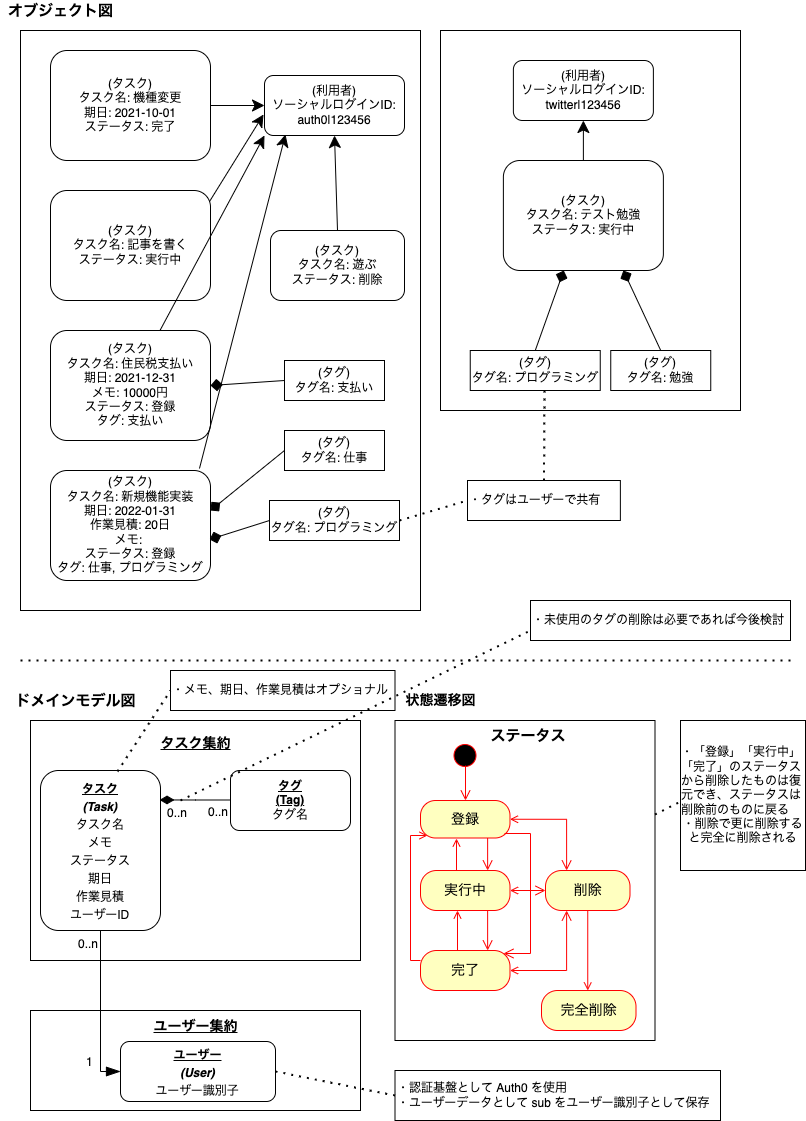
technote-space/ddd-cqrs-pattern keeps this draw.io diagram as modeling/オブジェクト図・ドメインモデル図.png. Above is the earlier version. Source tidied: cells renumbered, new cells last; positions are measured from the earlier drawing's top-left corner, leaving out a move shared by most shapes.
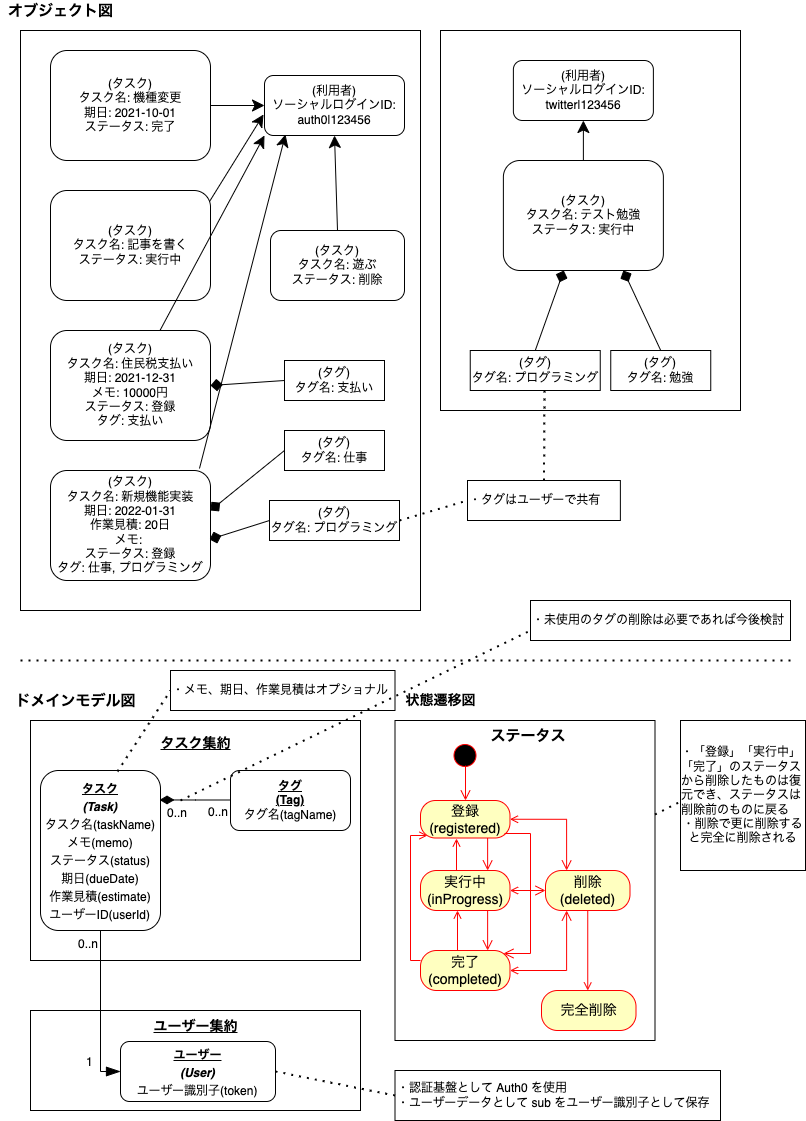
Above is the later version.

Diff of the diagram source:
```diff
@@ -97,7 +97,7 @@
     <mxCell id="31" value="タスク集約" style="text;html=1;strokeColor=none;fillColor=none;align=center;verticalAlign=middle;whiteSpace=wrap;rounded=0;fontSize=14;fontStyle=5;" parent="1" vertex="1">
       <mxGeometry x="142.5" y="727.5" width="105" height="30" as="geometry" />
     </mxCell>
-    <mxCell id="32" value="&lt;font style=&quot;font-size: 12px&quot;&gt;&lt;b&gt;&lt;u&gt;タスク&lt;/u&gt;&lt;/b&gt;&lt;br&gt;&lt;b&gt;&lt;i&gt;(Task)&lt;/i&gt;&lt;/b&gt;&lt;br&gt;タスク名&lt;br&gt;メモ&lt;br&gt;ステータス&lt;br&gt;期日&lt;br&gt;作業見積&lt;br&gt;ユーザーID&lt;br&gt;&lt;/font&gt;" style="rounded=1;whiteSpace=wrap;html=1;fontSize=15;fillColor=default;" parent="1" vertex="1">
+    <mxCell id="32" value="&lt;font style=&quot;font-size: 12px&quot;&gt;&lt;b&gt;&lt;u&gt;タスク&lt;/u&gt;&lt;/b&gt;&lt;br&gt;&lt;b&gt;&lt;i&gt;(Task)&lt;/i&gt;&lt;/b&gt;&lt;br&gt;タスク名(taskName)&lt;br&gt;メモ(memo)&lt;br&gt;ステータス(status)&lt;br&gt;期日(dueDate)&lt;br&gt;作業見積(estimate)&lt;br&gt;ユーザーID(userId)&lt;br&gt;&lt;/font&gt;" style="rounded=1;whiteSpace=wrap;html=1;fontSize=15;fillColor=default;" parent="1" vertex="1">
       <mxGeometry x="40" y="770" width="120" height="160" as="geometry" />
     </mxCell>
     <mxCell id="33" style="rounded=0;whiteSpace=wrap;html=1;fontSize=12;fillColor=default;align=center;verticalAlign=bottom;" parent="1" vertex="1">
@@ -115,7 +115,7 @@
         <mxPoint x="465" y="800" as="targetPoint" />
       </mxGeometry>
     </mxCell>
-    <mxCell id="37" value="登録" style="rounded=1;whiteSpace=wrap;html=1;arcSize=40;fontColor=#000000;fillColor=#ffffc0;strokeColor=#ff0000;fontSize=14;align=center;" parent="1" vertex="1">
+    <mxCell id="37" value="登録&lt;br&gt;(registered)" style="rounded=1;whiteSpace=wrap;html=1;arcSize=40;fontColor=#000000;fillColor=#ffffc0;strokeColor=#ff0000;fontSize=14;align=center;" parent="1" vertex="1">
       <mxGeometry x="420" y="800" width="89.5" height="37.5" as="geometry" />
     </mxCell>
     <mxCell id="38" style="edgeStyle=orthogonalEdgeStyle;html=1;verticalAlign=bottom;endArrow=none;endSize=8;strokeColor=#ff0000;rounded=0;fontSize=14;startArrow=open;startFill=0;endFill=0;" parent="1" edge="1">
@@ -124,7 +124,7 @@
         <mxPoint x="456" y="870" as="targetPoint" />
       </mxGeometry>
     </mxCell>
-    <mxCell id="39" value="実行中" style="rounded=1;whiteSpace=wrap;html=1;arcSize=40;fontColor=#000000;fillColor=#ffffc0;strokeColor=#ff0000;fontSize=14;align=center;" parent="1" vertex="1">
+    <mxCell id="39" value="実行中&lt;br&gt;(inProgress)" style="rounded=1;whiteSpace=wrap;html=1;arcSize=40;fontColor=#000000;fillColor=#ffffc0;strokeColor=#ff0000;fontSize=14;align=center;" parent="1" vertex="1">
       <mxGeometry x="420" y="870" width="89.5" height="40" as="geometry" />
     </mxCell>
     <mxCell id="40" style="edgeStyle=orthogonalEdgeStyle;html=1;verticalAlign=bottom;endArrow=none;endSize=8;strokeColor=#ff0000;rounded=0;fontSize=14;startArrow=open;startFill=0;endFill=0;" parent="1" edge="1">
@@ -133,10 +133,10 @@
         <mxPoint x="457" y="950" as="targetPoint" />
       </mxGeometry>
     </mxCell>
-    <mxCell id="41" value="完了" style="rounded=1;whiteSpace=wrap;html=1;arcSize=40;fontColor=#000000;fillColor=#ffffc0;strokeColor=#ff0000;fontSize=14;align=center;" parent="1" vertex="1">
+    <mxCell id="41" value="完了&lt;br&gt;(completed)" style="rounded=1;whiteSpace=wrap;html=1;arcSize=40;fontColor=#000000;fillColor=#ffffc0;strokeColor=#ff0000;fontSize=14;align=center;" parent="1" vertex="1">
       <mxGeometry x="420" y="950" width="89.5" height="40" as="geometry" />
     </mxCell>
-    <mxCell id="42" value="削除" style="rounded=1;whiteSpace=wrap;html=1;arcSize=40;fontColor=#000000;fillColor=#ffffc0;strokeColor=#ff0000;fontSize=14;align=center;" parent="1" vertex="1">
+    <mxCell id="42" value="削除&lt;br&gt;(deleted)" style="rounded=1;whiteSpace=wrap;html=1;arcSize=40;fontColor=#000000;fillColor=#ffffc0;strokeColor=#ff0000;fontSize=14;align=center;" parent="1" vertex="1">
       <mxGeometry x="545" y="870" width="84.5" height="40" as="geometry" />
     </mxCell>
     <mxCell id="43" style="edgeStyle=orthogonalEdgeStyle;html=1;verticalAlign=bottom;endArrow=open;endSize=8;strokeColor=#ff0000;rounded=0;fontSize=14;exitX=1;exitY=0.5;exitDx=0;exitDy=0;startArrow=open;startFill=0;entryX=0.25;entryY=0;entryDx=0;entryDy=0;" parent="1" edge="1" source="37" target="42">
@@ -162,7 +162,7 @@
     <mxCell id="49" style="edgeStyle=orthogonalEdgeStyle;html=1;verticalAlign=bottom;endArrow=open;endSize=8;strokeColor=#ff0000;rounded=0;fontSize=14;startArrow=none;startFill=0;exitX=0.75;exitY=1;exitDx=0;exitDy=0;entryX=0.75;entryY=0;entryDx=0;entryDy=0;" parent="1" edge="1" source="39" target="41">
       <mxGeometry relative="1" as="geometry" />
     </mxCell>
-    <mxCell id="50" value="&lt;b&gt;&lt;u&gt;タグ&lt;br&gt;(Tag)&lt;/u&gt;&lt;/b&gt;&lt;br&gt;タグ名" style="rounded=1;whiteSpace=wrap;html=1;fontSize=12;fillColor=default;" parent="1" vertex="1">
+    <mxCell id="50" value="&lt;b&gt;&lt;u&gt;タグ&lt;br&gt;(Tag)&lt;/u&gt;&lt;/b&gt;&lt;br&gt;タグ名(tagName)" style="rounded=1;whiteSpace=wrap;html=1;fontSize=12;fillColor=default;" parent="1" vertex="1">
       <mxGeometry x="230" y="770" width="120" height="60" as="geometry" />
     </mxCell>
     <mxCell id="51" style="endArrow=diamondThin;html=1;endSize=12;startArrow=none;startSize=14;startFill=0;edgeStyle=orthogonalEdgeStyle;rounded=0;fontSize=12;entryX=0.992;entryY=0.184;entryDx=0;entryDy=0;entryPerimeter=0;endFill=1;" parent="1" edge="1" target="32">
@@ -189,7 +189,7 @@
     <mxCell id="56" value="ユーザー集約" style="text;html=1;strokeColor=none;fillColor=none;align=center;verticalAlign=middle;whiteSpace=wrap;rounded=0;fontSize=14;fontStyle=5;" parent="1" vertex="1">
       <mxGeometry x="142.5" y="1011" width="105" height="30" as="geometry" />
     </mxCell>
-    <mxCell id="57" value="&lt;font style=&quot;font-size: 12px&quot;&gt;&lt;b&gt;&lt;u&gt;ユーザー&lt;/u&gt;&lt;/b&gt;&lt;br&gt;&lt;b&gt;&lt;i&gt;(User)&lt;/i&gt;&lt;/b&gt;&lt;br&gt;ユーザー識別子&lt;br&gt;&lt;/font&gt;" style="rounded=1;whiteSpace=wrap;html=1;fontSize=15;fillColor=default;" parent="1" vertex="1">
+    <mxCell id="57" value="&lt;font style=&quot;font-size: 12px&quot;&gt;&lt;b&gt;&lt;u&gt;ユーザー&lt;/u&gt;&lt;/b&gt;&lt;br&gt;&lt;b&gt;&lt;i&gt;(User)&lt;/i&gt;&lt;/b&gt;&lt;br&gt;ユーザー識別子(token)&lt;br&gt;&lt;/font&gt;" style="rounded=1;whiteSpace=wrap;html=1;fontSize=15;fillColor=default;" parent="1" vertex="1">
       <mxGeometry x="120" y="1041" width="155" height="60" as="geometry" />
     </mxCell>
     <mxCell id="58" style="endArrow=blockThin;html=1;endSize=12;startArrow=none;startSize=14;startFill=0;edgeStyle=orthogonalEdgeStyle;rounded=0;fontSize=12;entryX=0;entryY=0.5;entryDx=0;entryDy=0;endFill=1;exitX=0.5;exitY=1;exitDx=0;exitDy=0;" parent="1" edge="1" source="32" target="57">
```
